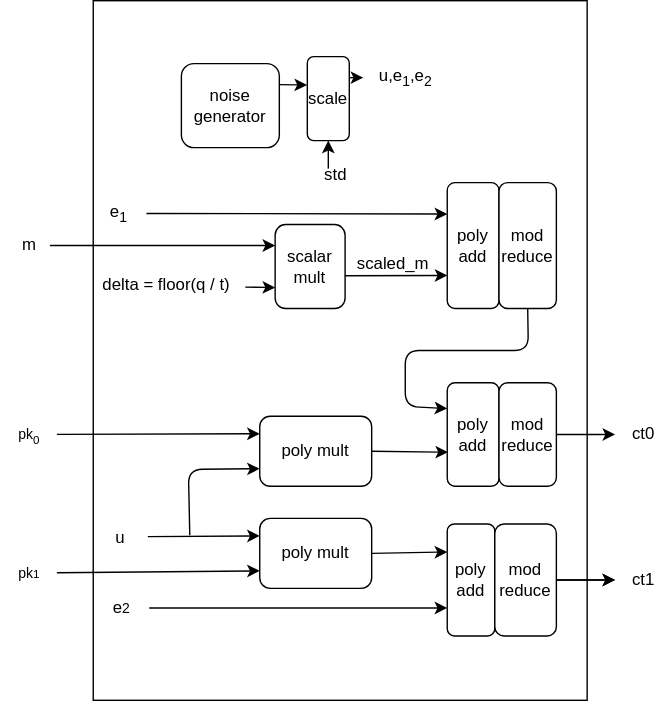
Above: fv_enc/doc/FV12_encryption.svg in my-openlab/projects (draw.io), before the change. Source tidied: cells renumbered, new cells last; positions are measured from the earlier drawing's top-left corner, leaving out a move shared by most shapes.
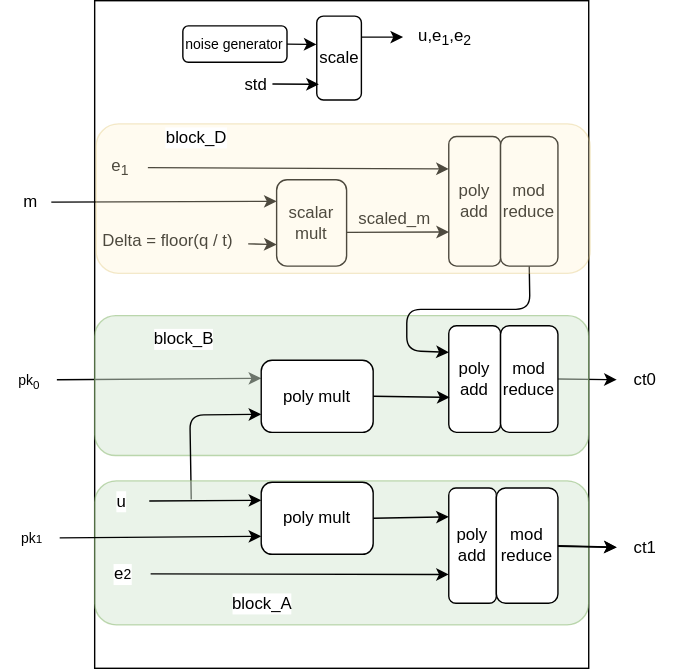
The same file after the commit.

Change to the diagram source:
```diff
@@ -3,42 +3,10 @@
     <mxCell id="0" />
     <mxCell id="1" parent="0" />
     <mxCell id="2" style="rounded=0;whiteSpace=wrap;html=1;" parent="1" vertex="1">
-      <mxGeometry x="66" width="353" height="500" as="geometry" />
+      <mxGeometry x="66" y="23" width="353" height="477" as="geometry" />
     </mxCell>
-    <mxCell id="3" style="group;" parent="1" vertex="1">
-      <mxGeometry x="129" y="40" width="190" height="100" as="geometry" />
-    </mxCell>
-    <mxCell id="4" value="noise generator" style="rounded=1;whiteSpace=wrap;html=1;" parent="3" vertex="1">
-      <mxGeometry y="5" width="70" height="60" as="geometry" />
-    </mxCell>
-    <mxCell id="5" value="u,e&lt;sub&gt;1&lt;/sub&gt;,e&lt;sub&gt;2&lt;/sub&gt;" style="text;html=1;align=center;verticalAlign=middle;points=[];strokeColor=none;fillColor=none;" parent="3" vertex="1">
-      <mxGeometry x="130" width="60" height="30" as="geometry" />
-    </mxCell>
-    <mxCell id="6" style="edgeStyle=none;html=1;exitX=1;exitY=0.25;exitDx=0;exitDy=0;" parent="3" edge="1" source="7" target="5">
-      <mxGeometry relative="1" as="geometry" />
-    </mxCell>
-    <mxCell id="7" value="scale" style="rounded=1;whiteSpace=wrap;html=1;" parent="3" vertex="1">
-      <mxGeometry x="90" width="30" height="60" as="geometry" />
-    </mxCell>
-    <mxCell id="8" style="edgeStyle=none;html=1;exitX=1;exitY=0.25;exitDx=0;exitDy=0;entryX=-0.006;entryY=0.338;entryDx=0;entryDy=0;entryPerimeter=0;" parent="3" edge="1" source="4" target="7">
-      <mxGeometry relative="1" as="geometry" />
-    </mxCell>
-    <mxCell id="9" style="endArrow=classic;html=1;entryX=0.5;entryY=1;entryDx=0;entryDy=0;" parent="3" edge="1" target="7">
-      <mxGeometry relative="1" as="geometry">
-        <mxPoint x="105" y="80" as="sourcePoint" />
-      </mxGeometry>
-    </mxCell>
-    <mxCell id="10" value="std" style="text;html=1;align=center;verticalAlign=middle;points=[];strokeColor=none;fillColor=none;" parent="3" vertex="1">
-      <mxGeometry x="90" y="70" width="40" height="30" as="geometry" />
-    </mxCell>
-    <mxCell id="11" value="ct1" style="text;html=1;align=center;verticalAlign=middle;points=[];strokeColor=none;fillColor=none;" parent="1" vertex="1">
-      <mxGeometry x="439" y="399" width="40" height="30" as="geometry" />
-    </mxCell>
-    <mxCell id="12" style="edgeStyle=none;html=1;exitX=1;exitY=0.5;exitDx=0;exitDy=0;" parent="1" edge="1" source="45" target="11">
-      <mxGeometry relative="1" as="geometry" />
-    </mxCell>
     <mxCell id="13" value="ct0" style="text;html=1;align=center;verticalAlign=middle;points=[];strokeColor=none;fillColor=none;" parent="1" vertex="1">
-      <mxGeometry x="439" y="295" width="40" height="30" as="geometry" />
+      <mxGeometry x="439" y="279" width="40" height="30" as="geometry" />
     </mxCell>
     <mxCell id="14" style="edgeStyle=none;html=1;exitX=1;exitY=0.5;exitDx=0;exitDy=0;" parent="1" edge="1" source="44" target="13">
       <mxGeometry relative="1" as="geometry" />
@@ -47,60 +15,54 @@
       <mxGeometry relative="1" as="geometry" />
     </mxCell>
     <mxCell id="16" value="&lt;span style=&quot;font-size: 10px;&quot;&gt;pk&lt;sub&gt;0&lt;/sub&gt;&lt;/span&gt;" style="text;html=1;align=center;verticalAlign=middle;points=[];strokeColor=none;fillColor=none;" parent="1" vertex="1">
-      <mxGeometry y="295" width="40" height="30" as="geometry" />
+      <mxGeometry x="-1" y="279" width="40" height="30" as="geometry" />
     </mxCell>
     <mxCell id="17" style="endArrow=classic;html=1;entryX=0;entryY=0.25;entryDx=0;entryDy=0;" parent="1" edge="1" source="18" target="27">
       <mxGeometry relative="1" as="geometry" />
     </mxCell>
     <mxCell id="18" value="m" style="text;html=1;align=center;verticalAlign=middle;points=[];strokeColor=none;fillColor=none;" parent="1" vertex="1">
-      <mxGeometry x="5" y="160" width="30" height="30" as="geometry" />
+      <mxGeometry x="5" y="152" width="30" height="30" as="geometry" />
     </mxCell>
-    <mxCell id="19" style="endArrow=classic;html=1;entryX=0;entryY=0.75;entryDx=0;entryDy=0;" parent="1" edge="1" source="20" target="36">
-      <mxGeometry relative="1" as="geometry" />
-    </mxCell>
-    <mxCell id="20" value="&lt;span style=&quot;font-size: 10px;&quot;&gt;pk&lt;/span&gt;&lt;span style=&quot;font-size: 8.33333px;&quot;&gt;1&lt;/span&gt;" style="text;html=1;align=center;verticalAlign=middle;points=[];strokeColor=none;fillColor=none;" parent="1" vertex="1">
-      <mxGeometry y="394" width="40" height="30" as="geometry" />
-    </mxCell>
-    <mxCell id="21" style="edgeStyle=none;html=1;" parent="1" edge="1" source="45" target="11">
-      <mxGeometry relative="1" as="geometry" />
-    </mxCell>
+    <mxCell id="46" style="rounded=1;whiteSpace=wrap;html=1;fillColor=#d5e8d4;fillStyle=auto;opacity=50;strokeColor=#82b366;" parent="1" vertex="1">
+      <mxGeometry x="66" y="248" width="353" height="100" as="geometry" />
+    </mxCell>
     <mxCell id="22" style="group;" parent="1" vertex="1">
-      <mxGeometry x="59" y="130" width="338" height="324" as="geometry" />
+      <mxGeometry x="59" y="120" width="361" height="349" as="geometry" />
     </mxCell>
     <mxCell id="23" value="poly mult" style="rounded=1;whiteSpace=wrap;html=1;" parent="22" vertex="1">
-      <mxGeometry x="126" y="167" width="80" height="50" as="geometry" />
+      <mxGeometry x="126" y="159.9" width="80" height="51.5" as="geometry" />
     </mxCell>
     <mxCell id="24" value="poly add" style="rounded=1;whiteSpace=wrap;html=1;" parent="22" vertex="1">
-      <mxGeometry x="260" y="143" width="37" height="74" as="geometry" />
+      <mxGeometry x="260" y="135.2" width="37" height="76.2" as="geometry" />
     </mxCell>
     <mxCell id="25" style="edgeStyle=none;html=1;exitX=1;exitY=0.5;exitDx=0;exitDy=0;entryX=0.016;entryY=0.672;entryDx=0;entryDy=0;entryPerimeter=0;" parent="22" edge="1" source="23" target="24">
       <mxGeometry relative="1" as="geometry" />
     </mxCell>
     <mxCell id="26" style="endArrow=classic;html=1;entryX=0;entryY=0.75;entryDx=0;entryDy=0;" parent="22" edge="1" target="23">
       <mxGeometry relative="1" as="geometry">
-        <mxPoint x="76" y="252" as="sourcePoint" />
+        <mxPoint x="76" y="259.4" as="sourcePoint" />
         <Array as="points">
-          <mxPoint x="75" y="205" />
+          <mxPoint x="75" y="199" />
         </Array>
       </mxGeometry>
     </mxCell>
     <mxCell id="27" value="scalar mult" style="rounded=1;whiteSpace=wrap;html=1;" parent="22" vertex="1">
-      <mxGeometry x="137" y="30" width="50" height="60" as="geometry" />
+      <mxGeometry x="137" y="30.9" width="50" height="61.8" as="geometry" />
     </mxCell>
     <mxCell id="28" style="endArrow=classic;html=1;entryX=0;entryY=0.75;entryDx=0;entryDy=0;exitX=1.015;exitY=0.557;exitDx=0;exitDy=0;exitPerimeter=0;" parent="22" edge="1" source="29" target="27">
       <mxGeometry relative="1" as="geometry" />
     </mxCell>
-    <mxCell id="29" value="delta = floor(q / t)" style="text;html=1;align=center;verticalAlign=middle;points=[];strokeColor=none;fillColor=none;" parent="22" vertex="1">
-      <mxGeometry x="4" y="58" width="110" height="30" as="geometry" />
+    <mxCell id="29" value="Delta = floor(q / t)" style="text;html=1;align=center;verticalAlign=middle;points=[];strokeColor=none;fillColor=none;" parent="22" vertex="1">
+      <mxGeometry x="3" y="61.7" width="112" height="27" as="geometry" />
     </mxCell>
     <mxCell id="30" value="e&lt;sub&gt;1&lt;/sub&gt;" style="text;html=1;align=center;verticalAlign=middle;points=[];strokeColor=none;fillColor=none;" parent="22" vertex="1">
-      <mxGeometry x="5" y="7" width="40" height="30" as="geometry" />
+      <mxGeometry x="5" y="7.2" width="40" height="30" as="geometry" />
     </mxCell>
     <mxCell id="31" value="scaled_m" style="text;html=1;align=center;verticalAlign=middle;strokeColor=none;fillColor=none;" parent="22" vertex="1">
-      <mxGeometry x="185.5" y="43" width="70" height="30" as="geometry" />
+      <mxGeometry x="185.5" y="44.3" width="70" height="30" as="geometry" />
     </mxCell>
     <mxCell id="32" value="poly add" style="rounded=1;whiteSpace=wrap;html=1;" parent="22" vertex="1">
-      <mxGeometry x="260" width="37" height="90" as="geometry" />
+      <mxGeometry x="260" width="37" height="92.7" as="geometry" />
     </mxCell>
     <mxCell id="33" style="edgeStyle=none;html=1;entryX=0.003;entryY=0.737;entryDx=0;entryDy=0;exitX=1;exitY=0.609;exitDx=0;exitDy=0;exitPerimeter=0;entryPerimeter=0;" parent="22" edge="1" source="27" target="32">
       <mxGeometry relative="1" as="geometry" />
@@ -108,46 +70,100 @@
     <mxCell id="34" style="edgeStyle=none;html=1;entryX=0;entryY=0.25;entryDx=0;entryDy=0;exitX=0.5;exitY=1;exitDx=0;exitDy=0;" parent="22" edge="1" source="43" target="24">
       <mxGeometry relative="1" as="geometry">
         <Array as="points">
-          <mxPoint x="318" y="120" />
-          <mxPoint x="230" y="120" />
-          <mxPoint x="230" y="160" />
+          <mxPoint x="318" y="123.5" />
+          <mxPoint x="230" y="123.5" />
+          <mxPoint x="230" y="153" />
         </Array>
       </mxGeometry>
     </mxCell>
     <mxCell id="35" style="endArrow=classic;html=1;entryX=0;entryY=0.25;entryDx=0;entryDy=0;" parent="22" edge="1" source="30" target="32">
       <mxGeometry relative="1" as="geometry" />
     </mxCell>
+    <mxCell id="43" value="mod reduce" style="rounded=1;whiteSpace=wrap;html=1;" parent="22" vertex="1">
+      <mxGeometry x="297" width="41" height="92.7" as="geometry" />
+    </mxCell>
+    <mxCell id="44" value="mod reduce" style="rounded=1;whiteSpace=wrap;html=1;" parent="22" vertex="1">
+      <mxGeometry x="297" y="135.2" width="41" height="76.2" as="geometry" />
+    </mxCell>
+    <mxCell id="47" style="rounded=1;whiteSpace=wrap;html=1;fillColor=#d5e8d4;fillStyle=auto;opacity=50;strokeColor=#82b366;" parent="22" vertex="1">
+      <mxGeometry x="7" y="246.1" width="353" height="102.9" as="geometry" />
+    </mxCell>
     <mxCell id="36" value="poly mult" style="rounded=1;whiteSpace=wrap;html=1;" parent="22" vertex="1">
-      <mxGeometry x="126" y="240" width="80" height="50" as="geometry" />
+      <mxGeometry x="126" y="247.1" width="80" height="51.5" as="geometry" />
     </mxCell>
     <mxCell id="37" value="poly add" style="rounded=1;whiteSpace=wrap;html=1;" parent="22" vertex="1">
-      <mxGeometry x="260" y="244" width="34" height="80" as="geometry" />
+      <mxGeometry x="260" y="251.2" width="34" height="82.4" as="geometry" />
     </mxCell>
     <mxCell id="38" style="edgeStyle=none;html=1;exitX=1;exitY=0.5;exitDx=0;exitDy=0;entryX=0;entryY=0.25;entryDx=0;entryDy=0;" parent="22" edge="1" source="36" target="37">
       <mxGeometry relative="1" as="geometry" />
     </mxCell>
-    <mxCell id="39" value="e&lt;span style=&quot;font-size: 10px;&quot;&gt;2&lt;/span&gt;" style="text;html=1;align=center;verticalAlign=middle;points=[];strokeColor=none;fillColor=none;" parent="22" vertex="1">
-      <mxGeometry x="7" y="289" width="40" height="30" as="geometry" />
+    <mxCell id="39" value="e&lt;span style=&quot;font-size: 10px;&quot;&gt;2&lt;/span&gt;" style="text;html=1;align=center;verticalAlign=middle;points=[];labelBackgroundColor=#FFFFFF;" parent="22" vertex="1">
+      <mxGeometry x="7" y="297.5" width="40" height="30" as="geometry" />
     </mxCell>
-    <mxCell id="40" style="endArrow=classic;html=1;entryX=0;entryY=0.25;entryDx=0;entryDy=0;" parent="22" edge="1" target="36">
+    <mxCell id="40" style="endArrow=classic;html=1;entryX=0;entryY=0.25;entryDx=0;entryDy=0;labelBackgroundColor=default;" parent="22" edge="1" target="36">
       <mxGeometry relative="1" as="geometry">
-        <mxPoint x="46" y="253" as="sourcePoint" />
+        <mxPoint x="46" y="260.5" as="sourcePoint" />
       </mxGeometry>
     </mxCell>
-    <mxCell id="41" value="u" style="text;html=1;align=center;verticalAlign=middle;strokeColor=none;fillColor=none;" parent="22" vertex="1">
-      <mxGeometry x="11" y="239" width="30" height="30" as="geometry" />
+    <mxCell id="41" value="u" style="text;html=1;align=center;verticalAlign=middle;labelBackgroundColor=#FFFFFF;" parent="22" vertex="1">
+      <mxGeometry x="11" y="246.1" width="30" height="30" as="geometry" />
     </mxCell>
     <mxCell id="42" style="endArrow=classic;html=1;entryX=0;entryY=0.75;entryDx=0;entryDy=0;" parent="22" edge="1" source="39" target="37">
       <mxGeometry relative="1" as="geometry" />
     </mxCell>
-    <mxCell id="43" value="mod reduce" style="rounded=1;whiteSpace=wrap;html=1;" parent="22" vertex="1">
-      <mxGeometry x="297" width="41" height="90" as="geometry" />
-    </mxCell>
-    <mxCell id="44" value="mod reduce" style="rounded=1;whiteSpace=wrap;html=1;" parent="22" vertex="1">
-      <mxGeometry x="297" y="143" width="41" height="74" as="geometry" />
-    </mxCell>
     <mxCell id="45" value="mod&lt;br&gt;reduce" style="rounded=1;whiteSpace=wrap;html=1;" parent="22" vertex="1">
-      <mxGeometry x="294" y="244" width="44" height="80" as="geometry" />
+      <mxGeometry x="294" y="251.2" width="44" height="82.4" as="geometry" />
     </mxCell>
+    <mxCell id="48" value="block_A" style="text;html=1;strokeColor=none;fillColor=none;align=center;verticalAlign=middle;whiteSpace=wrap;rounded=0;labelBackgroundColor=#FFFFFF;fillStyle=hatch;" parent="22" vertex="1">
+      <mxGeometry x="97" y="318.1" width="60" height="30.9" as="geometry" />
+    </mxCell>
+    <mxCell id="49" style="rounded=1;whiteSpace=wrap;html=1;fillColor=#fff2cc;fillStyle=auto;strokeColor=#d6b656;opacity=30;" parent="22" vertex="1">
+      <mxGeometry x="8" y="-9" width="353" height="106.8" as="geometry" />
+    </mxCell>
+    <mxCell id="11" value="ct1" style="text;html=1;align=center;verticalAlign=middle;points=[];strokeColor=none;fillColor=none;" parent="1" vertex="1">
+      <mxGeometry x="439" y="399" width="40" height="30" as="geometry" />
+    </mxCell>
+    <mxCell id="12" style="edgeStyle=none;html=1;exitX=1;exitY=0.5;exitDx=0;exitDy=0;" parent="1" edge="1" source="45" target="11">
+      <mxGeometry relative="1" as="geometry" />
+    </mxCell>
+    <mxCell id="19" style="endArrow=classic;html=1;entryX=0;entryY=0.75;entryDx=0;entryDy=0;" parent="1" edge="1" source="20" target="36">
+      <mxGeometry relative="1" as="geometry" />
+    </mxCell>
+    <mxCell id="20" value="&lt;span style=&quot;font-size: 10px;&quot;&gt;pk&lt;/span&gt;&lt;span style=&quot;font-size: 8.33333px;&quot;&gt;1&lt;/span&gt;" style="text;html=1;align=center;verticalAlign=middle;points=[];strokeColor=none;fillColor=none;" parent="1" vertex="1">
+      <mxGeometry x="1" y="392" width="40" height="30" as="geometry" />
+    </mxCell>
+    <mxCell id="21" style="edgeStyle=none;html=1;" parent="1" edge="1" source="45" target="11">
+      <mxGeometry relative="1" as="geometry" />
+    </mxCell>
+    <mxCell id="3" style="group;" parent="1" vertex="1">
+      <mxGeometry x="129" y="40" width="202" height="100" as="geometry" />
+    </mxCell>
+    <mxCell id="10" value="std" style="text;html=1;align=center;verticalAlign=top;points=[];strokeColor=none;fillColor=none;spacing=-3;" parent="3" vertex="1">
+      <mxGeometry x="39" y="34" width="25" height="17" as="geometry" />
+    </mxCell>
+    <mxCell id="4" value="&lt;font style=&quot;font-size: 10px;&quot;&gt;noise generator&lt;/font&gt;" style="rounded=1;whiteSpace=wrap;html=1;" parent="3" vertex="1">
+      <mxGeometry y="1" width="74.4" height="26" as="geometry" />
+    </mxCell>
+    <mxCell id="5" value="u,e&lt;sub&gt;1&lt;/sub&gt;,e&lt;sub&gt;2&lt;/sub&gt;" style="text;html=1;align=center;verticalAlign=middle;points=[];strokeColor=none;fillColor=none;" parent="3" vertex="1">
+      <mxGeometry x="157.3" y="-6" width="60" height="30" as="geometry" />
+    </mxCell>
+    <mxCell id="6" style="edgeStyle=none;html=1;exitX=1;exitY=0.25;exitDx=0;exitDy=0;" parent="3" edge="1" source="7" target="5">
+      <mxGeometry relative="1" as="geometry" />
+    </mxCell>
+    <mxCell id="7" value="scale" style="rounded=1;whiteSpace=wrap;html=1;" parent="3" vertex="1">
+      <mxGeometry x="95.7" y="-6" width="31.9" height="60" as="geometry" />
+    </mxCell>
+    <mxCell id="8" style="edgeStyle=none;html=1;exitX=1;exitY=0.5;exitDx=0;exitDy=0;entryX=-0.006;entryY=0.338;entryDx=0;entryDy=0;entryPerimeter=0;" parent="3" edge="1" source="4" target="7">
+      <mxGeometry relative="1" as="geometry" />
+    </mxCell>
+    <mxCell id="9" style="endArrow=classic;html=1;entryX=0.046;entryY=0.812;entryDx=0;entryDy=0;entryPerimeter=0;" parent="3" edge="1" source="10" target="7">
+      <mxGeometry relative="1" as="geometry" />
+    </mxCell>
+    <mxCell id="50" value="block_B" style="text;html=1;strokeColor=none;fillColor=none;align=center;verticalAlign=middle;whiteSpace=wrap;rounded=0;labelBackgroundColor=#FFFFFF;fillStyle=hatch;" parent="1" vertex="1">
+      <mxGeometry x="100" y="250" width="60" height="30" as="geometry" />
+    </mxCell>
+    <mxCell id="51" value="block_D" style="text;html=1;strokeColor=none;fillColor=none;align=center;verticalAlign=middle;whiteSpace=wrap;rounded=0;labelBackgroundColor=#FFFFFF;fillStyle=hatch;" parent="1" vertex="1">
+      <mxGeometry x="109" y="106" width="60" height="30.9" as="geometry" />
+    </mxCell>
   </root>
 </mxGraphModel>
```
